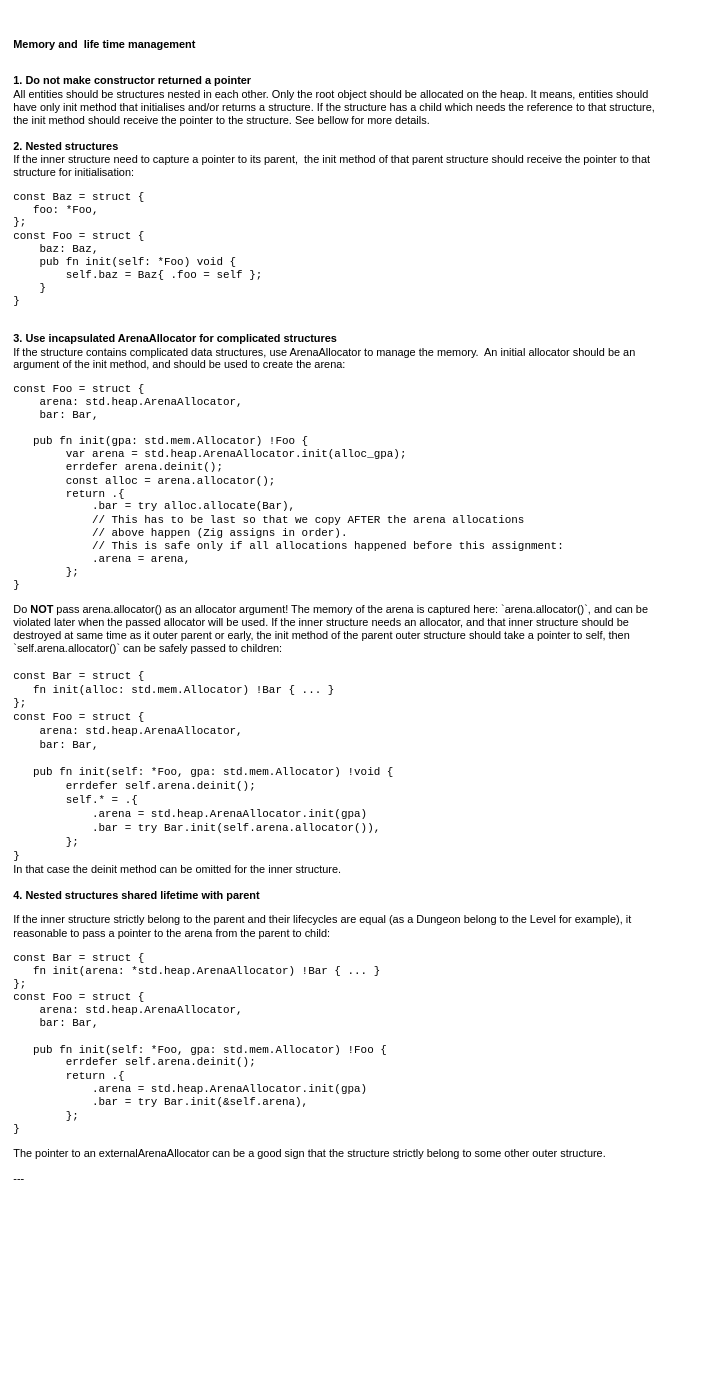
vladimir-popov/forgotten_catacombs keeps this draw.io diagram as page "Memory and life time management" (2 of 10) of docs/schemas.drawio. Above is the earlier version. Source tidied: cells renumbered, new cells numbered last; positions are measured from the earlier drawing's top-left corner, leaving out a move shared by most shapes. Both pictures are drawn from the tidied source at 78%, with x=0, y=0 at pixel (13, 13).
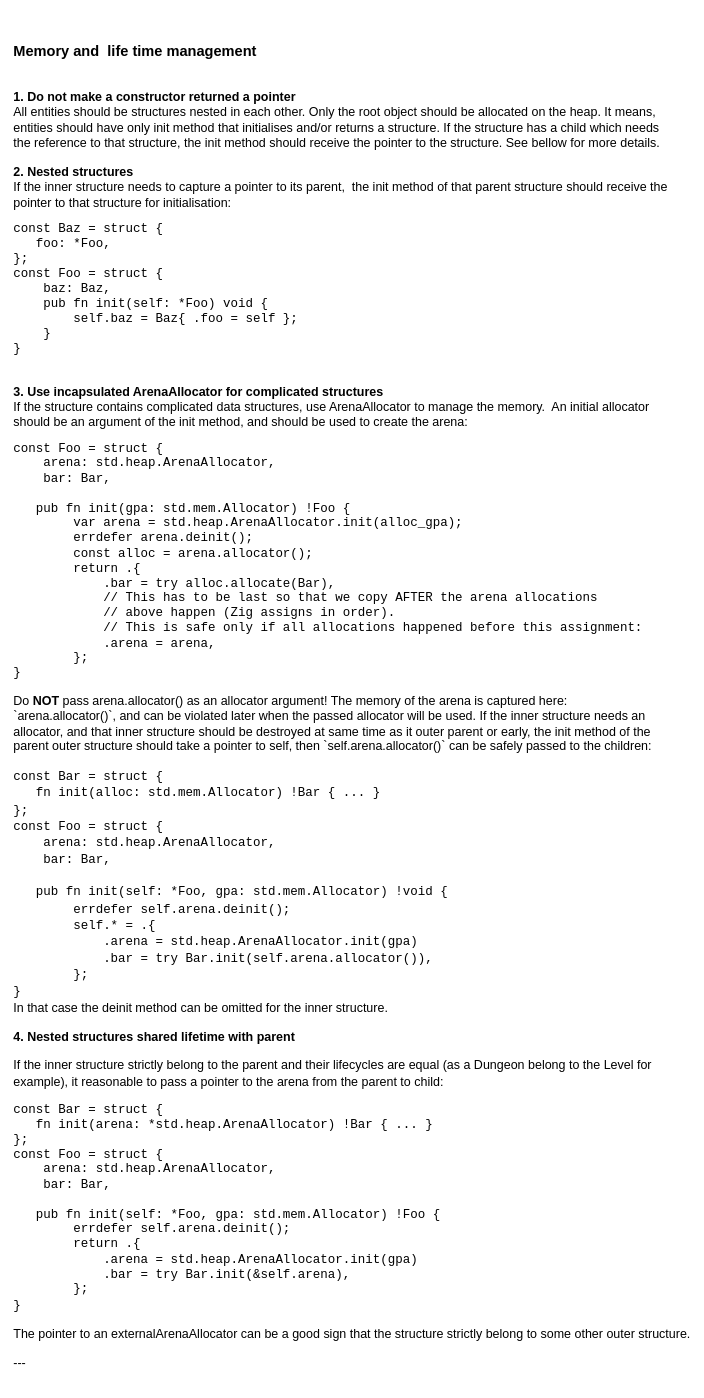
The same diagram, later.

Diff of the diagram source:
```diff
@@
 <mxGraphModel>
   <root>
     <mxCell id="0" />
     <mxCell id="1" parent="0" />
-    <mxCell id="2" value="&lt;br style=&quot;font-size: 14px;&quot;&gt;&lt;h3 style=&quot;font-size: 14px;&quot;&gt;Memory and&amp;nbsp; life time management&lt;/h3&gt;&lt;br style=&quot;font-size: 14px;&quot;&gt;&lt;b style=&quot;font-size: 14px;&quot;&gt;1. Do not make constructor returned a pointer&lt;br style=&quot;font-size: 14px;&quot;&gt;&lt;/b&gt;All entities should be structures nested in each other. Only the root object should be allocated on the heap. It means, entities should have only init method that initialises and/or returns a structure. If the structure has a child which needs the reference to that structure, the init method should receive the pointer to the structure. See bellow for more details.&lt;div&gt;&lt;b&gt;&lt;br class=&quot;Apple-interchange-newline&quot;&gt;2. Nested structures&lt;br&gt;&lt;/b&gt;&lt;span style=&quot;background-color: initial;&quot;&gt;If the inner structure need to capture a pointer to its parent,&amp;nbsp;&lt;/span&gt;&amp;nbsp;the init method of that parent structure should receive the pointer to that structure for initialisation:&lt;/div&gt;&lt;div&gt;&lt;pre&gt;const Baz = struct {&lt;br&gt;   foo: *Foo,&lt;br&gt;};&lt;br&gt;const Foo = struct {&amp;nbsp;&lt;br&gt;&amp;nbsp; &amp;nbsp; baz: Baz,&lt;br&gt;    pub fn init(self: *Foo) void {&lt;br&gt;        self.baz = Baz{ .foo = self };&lt;br&gt;    }&lt;br&gt;}&lt;/pre&gt;&lt;br style=&quot;font-size: 14px;&quot;&gt;&lt;b style=&quot;font-size: 14px;&quot;&gt;3. Use incapsulated ArenaAllocator for complicated structures&lt;br style=&quot;font-size: 14px;&quot;&gt;&lt;/b&gt;If the structure contains complicated data structures, use ArenaAllocator to manage the memory.&amp;nbsp; An initial allocator should be an argument of the init method, and should be used to create the arena:&lt;br style=&quot;font-size: 14px;&quot;&gt;&lt;pre style=&quot;font-size: 14px;&quot;&gt;const Foo = struct {&amp;nbsp;&lt;br style=&quot;font-size: 14px;&quot;&gt;&amp;nbsp; &amp;nbsp; arena: std.heap.ArenaAllocator,&lt;br style=&quot;font-size: 14px;&quot;&gt;&amp;nbsp; &amp;nbsp; bar: Bar,&lt;br style=&quot;font-size: 14px;&quot;&gt;&amp;nbsp; &amp;nbsp;&lt;br style=&quot;font-size: 14px;&quot;&gt;&amp;nbsp; &amp;nbsp;pub fn init(gpa: std.mem.Allocator) !Foo {&lt;br style=&quot;font-size: 14px;&quot;&gt;&amp;nbsp; &amp;nbsp; &amp;nbsp; &amp;nbsp; var arena =&amp;nbsp;std.heap.ArenaAllocator.init(alloc_gpa);&lt;br style=&quot;font-size: 14px;&quot;&gt;&amp;nbsp; &amp;nbsp; &amp;nbsp; &amp;nbsp; errdefer arena.deinit();&lt;br style=&quot;font-size: 14px;&quot;&gt;&amp;nbsp; &amp;nbsp; &amp;nbsp; &amp;nbsp; const alloc = arena.allocator();&amp;nbsp; &amp;nbsp; &amp;nbsp; &amp;nbsp; &lt;br style=&quot;font-size: 14px;&quot;&gt;        return .{&lt;br style=&quot;font-size: 14px;&quot;&gt;&amp;nbsp; &amp;nbsp; &amp;nbsp; &amp;nbsp; &amp;nbsp; &amp;nbsp; .bar = try alloc.allocate(Bar),&amp;nbsp; &amp;nbsp; &amp;nbsp; &amp;nbsp; &amp;nbsp; &amp;nbsp;&amp;nbsp;&lt;br style=&quot;font-size: 14px;&quot;&gt;            // This has to be last so that we copy AFTER the arena allocations&lt;br style=&quot;font-size: 14px;&quot;&gt;&amp;nbsp; &amp;nbsp; &amp;nbsp; &amp;nbsp; &amp;nbsp; &amp;nbsp; // above happen (Zig assigns in order).&lt;br style=&quot;font-size: 14px;&quot;&gt;            // This is safe only if all allocations happened before this assignment:&lt;br style=&quot;font-size: 14px;&quot;&gt;&amp;nbsp; &amp;nbsp; &amp;nbsp; &amp;nbsp; &amp;nbsp; &amp;nbsp; .arena = arena,&lt;br style=&quot;font-size: 14px;&quot;&gt;&amp;nbsp; &amp;nbsp; &amp;nbsp; &amp;nbsp; };&lt;br style=&quot;font-size: 14px;&quot;&gt;}&lt;/pre&gt;&lt;div style=&quot;font-size: 14px;&quot;&gt;Do &lt;b&gt;NOT&lt;/b&gt; pass arena.allocator() as an allocator argument! The memory of the arena is captured here: `arena.allocator()`, and can be violated later when the passed allocator will be used. If the inner structure needs an allocator, and that inner structure should be destroyed at same time as it outer parent or early, the init method of the parent outer structure should take a pointer to self, then `self.arena.allocator()` can be safely passed to children:&lt;/div&gt;&lt;div style=&quot;font-size: 14px;&quot;&gt;&lt;br&gt;&lt;/div&gt;&lt;div style=&quot;font-size: 14px;&quot;&gt;&lt;span style=&quot;font-family: monospace; white-space: pre;&quot;&gt;const Bar = struct {&lt;/span&gt;&lt;br style=&quot;font-family: monospace; white-space: pre;&quot;&gt;&lt;span style=&quot;font-family: monospace; white-space: pre;&quot;&gt;   fn init(alloc: std.mem.Allocator) !Bar { ... }&lt;/span&gt;&lt;br style=&quot;font-family: monospace; white-space: pre;&quot;&gt;&lt;span style=&quot;font-family: monospace; white-space: pre;&quot;&gt;};&lt;/span&gt;&lt;br style=&quot;font-family: monospace; white-space: pre;&quot;&gt;&lt;span style=&quot;font-family: monospace; white-space: pre;&quot;&gt;const Foo = struct {&amp;nbsp;&lt;/span&gt;&lt;br style=&quot;font-family: monospace; white-space: pre;&quot;&gt;&lt;span style=&quot;font-family: monospace; white-space: pre;&quot;&gt;&amp;nbsp; &amp;nbsp; arena: std.heap.ArenaAllocator,&lt;/span&gt;&lt;br style=&quot;font-family: monospace; white-space: pre;&quot;&gt;&lt;span style=&quot;font-family: monospace; white-space: pre;&quot;&gt;&amp;nbsp; &amp;nbsp; bar: Bar,&lt;/span&gt;&lt;br style=&quot;font-family: monospace; white-space: pre;&quot;&gt;&lt;span style=&quot;font-family: monospace; white-space: pre;&quot;&gt;&amp;nbsp; &amp;nbsp;&lt;/span&gt;&lt;br style=&quot;font-family: monospace; white-space: pre;&quot;&gt;&lt;span style=&quot;font-family: monospace; white-space: pre;&quot;&gt;&amp;nbsp; &amp;nbsp;pub fn init(self: *Foo, gpa: std.mem.Allocator) !void {&lt;/span&gt;&lt;br style=&quot;font-family: monospace; white-space: pre;&quot;&gt;&lt;span style=&quot;font-family: monospace; white-space: pre;&quot;&gt;&amp;nbsp; &amp;nbsp; &amp;nbsp; &amp;nbsp; errdefer self.arena.deinit();&amp;nbsp; &amp;nbsp; &amp;nbsp; &amp;nbsp; &lt;/span&gt;&lt;br style=&quot;font-family: monospace; white-space: pre;&quot;&gt;&lt;span style=&quot;font-family: monospace; white-space: pre;&quot;&gt;        self.* = .{&lt;/span&gt;&lt;br style=&quot;font-family: monospace; white-space: pre;&quot;&gt;&lt;span style=&quot;font-family: monospace; white-space: pre;&quot;&gt;            .arena =&amp;nbsp;std.heap.ArenaAllocator.init(gpa)&lt;/span&gt;&lt;br style=&quot;font-family: monospace; white-space: pre;&quot;&gt;&lt;span style=&quot;font-family: monospace; white-space: pre;&quot;&gt;&amp;nbsp; &amp;nbsp; &amp;nbsp; &amp;nbsp; &amp;nbsp; &amp;nbsp; .bar = try Bar.init(self.arena.allocator()),&lt;/span&gt;&lt;br style=&quot;font-family: monospace; white-space: pre;&quot;&gt;&lt;span style=&quot;font-family: monospace; white-space: pre;&quot;&gt;&amp;nbsp; &amp;nbsp; &amp;nbsp; &amp;nbsp; };&lt;/span&gt;&lt;br style=&quot;font-family: monospace; white-space: pre;&quot;&gt;&lt;span style=&quot;font-family: monospace; white-space: pre;&quot;&gt;}&lt;/span&gt;&lt;span style=&quot;background-color: initial;&quot;&gt;&amp;nbsp;&lt;/span&gt;&lt;/div&gt;&lt;div style=&quot;font-size: 14px;&quot;&gt;&lt;span style=&quot;background-color: initial;&quot;&gt;In that case the deinit method can be omitted for the inner structure.&lt;/span&gt;&lt;br&gt;&lt;/div&gt;&lt;div style=&quot;font-size: 14px;&quot;&gt;&lt;br style=&quot;font-size: 14px;&quot;&gt;&lt;b style=&quot;font-size: 14px;&quot;&gt;4. Nested structures shared lifetime with parent&lt;br style=&quot;font-size: 14px;&quot;&gt;&lt;/b&gt;&lt;pre style=&quot;font-size: 14px;&quot;&gt;&lt;p style=&quot;font-size: 14px;&quot;&gt;&lt;font face=&quot;Helvetica&quot; style=&quot;font-size: 14px;&quot;&gt;&lt;span style=&quot;white-space: normal; font-size: 14px;&quot;&gt;If the inner structure strictly belong to the parent and their lifecycles are equal&amp;nbsp;&lt;/span&gt;&lt;/font&gt;&lt;span style=&quot;font-family: Helvetica; white-space: normal; background-color: initial; font-size: 14px;&quot;&gt;(as a Dungeon belong to the Level for example)&lt;/span&gt;&lt;span style=&quot;white-space: normal; font-family: Helvetica; background-color: initial; font-size: 14px;&quot;&gt;, it reasonable to pass a pointer to the arena from the parent to child:&lt;/span&gt;&lt;/p&gt;&lt;p style=&quot;font-size: 14px;&quot;&gt;const Bar = struct {&lt;br style=&quot;font-size: 14px;&quot;&gt;   fn init(arena: *std.heap.ArenaAllocator) !Bar { ... }&lt;br style=&quot;font-size: 14px;&quot;&gt;};&lt;br style=&quot;font-size: 14px;&quot;&gt;const Foo = struct {&amp;nbsp;&lt;br style=&quot;font-size: 14px;&quot;&gt;&amp;nbsp; &amp;nbsp; arena: std.heap.ArenaAllocator,&lt;br style=&quot;font-size: 14px;&quot;&gt;&amp;nbsp; &amp;nbsp; bar: Bar,&lt;br style=&quot;font-size: 14px;&quot;&gt;&amp;nbsp; &amp;nbsp;&lt;br style=&quot;font-size: 14px;&quot;&gt;&amp;nbsp; &amp;nbsp;pub fn init(self: *Foo, gpa: std.mem.Allocator) !Foo {&lt;br style=&quot;font-size: 14px;&quot;&gt;&amp;nbsp; &amp;nbsp; &amp;nbsp; &amp;nbsp; errdefer self.arena.deinit(); &amp;nbsp; &amp;nbsp; &amp;nbsp; &lt;br style=&quot;font-size: 14px;&quot;&gt;        return .{&lt;br style=&quot;font-size: 14px;&quot;&gt;            .arena =&amp;nbsp;std.heap.ArenaAllocator.init(gpa)&lt;br style=&quot;font-size: 14px;&quot;&gt;&amp;nbsp; &amp;nbsp; &amp;nbsp; &amp;nbsp; &amp;nbsp; &amp;nbsp; .bar = try Bar.init(&amp;amp;self.arena),&lt;br style=&quot;font-size: 14px;&quot;&gt;&amp;nbsp; &amp;nbsp; &amp;nbsp; &amp;nbsp; };&lt;br style=&quot;font-size: 14px;&quot;&gt;}&lt;span style=&quot;white-space: normal; font-family: Helvetica; background-color: initial; font-size: 14px;&quot;&gt;&lt;br style=&quot;font-size: 14px;&quot;&gt;&lt;/span&gt;&lt;/p&gt;&lt;p style=&quot;font-size: 14px;&quot;&gt;&lt;font face=&quot;Helvetica&quot;&gt;The pointer to an externalArenaAllocator can be a good sign that the structure strictly belong to some other outer structure.&lt;/font&gt;&lt;/p&gt;&lt;p style=&quot;font-size: 14px;&quot;&gt;&lt;span style=&quot;white-space: normal; font-family: Helvetica; background-color: initial; font-size: 14px;&quot;&gt;---&lt;/span&gt;&lt;/p&gt;&lt;/pre&gt;&lt;/div&gt;&lt;/div&gt;" style="text;html=1;overflow=block;rounded=0;spacing=5;spacingLeft=0;spacingRight=0;fontSize=14;whiteSpace=wrap;" parent="1" vertex="1">
+    <mxCell id="2" value="&lt;br&gt;&lt;h3&gt;Memory and&amp;nbsp; life time management&lt;/h3&gt;&lt;br&gt;&lt;b&gt;1. Do not make a constructor returned a pointer&lt;br&gt;&lt;/b&gt;All entities should be structures nested in each other. Only the root object should be allocated on the heap. It means, entities should have only init method that initialises and/or returns a structure. If the structure has a child which needs the reference to that structure, the init method should receive the pointer to the structure. See bellow for more details.&lt;div&gt;&lt;b&gt;&lt;br class=&quot;Apple-interchange-newline&quot;&gt;2. Nested structures&lt;br&gt;&lt;/b&gt;&lt;span style=&quot;background-color: initial;&quot;&gt;If the inner structure needs to capture a pointer to its parent,&amp;nbsp;&lt;/span&gt;&amp;nbsp;the init method of that parent structure should receive the pointer to that structure for initialisation:&lt;/div&gt;&lt;div&gt;&lt;pre&gt;const Baz = struct {&lt;br&gt;   foo: *Foo,&lt;br&gt;};&lt;br&gt;const Foo = struct {&amp;nbsp;&lt;br&gt;&amp;nbsp; &amp;nbsp; baz: Baz,&lt;br&gt;    pub fn init(self: *Foo) void {&lt;br&gt;        self.baz = Baz{ .foo = self };&lt;br&gt;    }&lt;br&gt;}&lt;/pre&gt;&lt;br&gt;&lt;b&gt;3. Use incapsulated ArenaAllocator for complicated structures&lt;br&gt;&lt;/b&gt;If the structure contains complicated data structures, use ArenaAllocator to manage the memory.&amp;nbsp; An initial allocator should be an argument of the init method, and should be used to create the arena:&lt;br&gt;&lt;pre&gt;const Foo = struct {&amp;nbsp;&lt;br&gt;&amp;nbsp; &amp;nbsp; arena: std.heap.ArenaAllocator,&lt;br&gt;&amp;nbsp; &amp;nbsp; bar: Bar,&lt;br&gt;&amp;nbsp; &amp;nbsp;&lt;br&gt;&amp;nbsp; &amp;nbsp;pub fn init(gpa: std.mem.Allocator) !Foo {&lt;br&gt;&amp;nbsp; &amp;nbsp; &amp;nbsp; &amp;nbsp; var arena =&amp;nbsp;std.heap.ArenaAllocator.init(alloc_gpa);&lt;br&gt;&amp;nbsp; &amp;nbsp; &amp;nbsp; &amp;nbsp; errdefer arena.deinit();&lt;br&gt;&amp;nbsp; &amp;nbsp; &amp;nbsp; &amp;nbsp; const alloc = arena.allocator();&amp;nbsp; &amp;nbsp; &amp;nbsp; &amp;nbsp; &lt;br&gt;        return .{&lt;br&gt;&amp;nbsp; &amp;nbsp; &amp;nbsp; &amp;nbsp; &amp;nbsp; &amp;nbsp; .bar = try alloc.allocate(Bar),&amp;nbsp; &amp;nbsp; &amp;nbsp; &amp;nbsp; &amp;nbsp; &amp;nbsp;&amp;nbsp;&lt;br&gt;            // This has to be last so that we copy AFTER the arena allocations&lt;br&gt;&amp;nbsp; &amp;nbsp; &amp;nbsp; &amp;nbsp; &amp;nbsp; &amp;nbsp; // above happen (Zig assigns in order).&lt;br&gt;            // This is safe only if all allocations happened before this assignment:&lt;br&gt;&amp;nbsp; &amp;nbsp; &amp;nbsp; &amp;nbsp; &amp;nbsp; &amp;nbsp; .arena = arena,&lt;br&gt;&amp;nbsp; &amp;nbsp; &amp;nbsp; &amp;nbsp; };&lt;br&gt;}&lt;/pre&gt;&lt;div&gt;Do &lt;b&gt;NOT&lt;/b&gt; pass arena.allocator() as an allocator argument! The memory of the arena is captured here: `arena.allocator()`, and can be violated later when the passed allocator will be used. If the inner structure needs an allocator, and that inner structure should be destroyed at same time as it outer parent or early, the init method of the parent outer structure should take a pointer to self, then `self.arena.allocator()` can be safely passed to the children:&lt;/div&gt;&lt;div&gt;&lt;br&gt;&lt;/div&gt;&lt;div&gt;&lt;span style=&quot;font-family: monospace; white-space: pre;&quot;&gt;const Bar = struct {&lt;/span&gt;&lt;br style=&quot;font-family: monospace; white-space: pre;&quot;&gt;&lt;span style=&quot;font-family: monospace; white-space: pre;&quot;&gt;   fn init(alloc: std.mem.Allocator) !Bar { ... }&lt;/span&gt;&lt;br style=&quot;font-family: monospace; white-space: pre;&quot;&gt;&lt;span style=&quot;font-family: monospace; white-space: pre;&quot;&gt;};&lt;/span&gt;&lt;br style=&quot;font-family: monospace; white-space: pre;&quot;&gt;&lt;span style=&quot;font-family: monospace; white-space: pre;&quot;&gt;const Foo = struct {&amp;nbsp;&lt;/span&gt;&lt;br style=&quot;font-family: monospace; white-space: pre;&quot;&gt;&lt;span style=&quot;font-family: monospace; white-space: pre;&quot;&gt;&amp;nbsp; &amp;nbsp; arena: std.heap.ArenaAllocator,&lt;/span&gt;&lt;br style=&quot;font-family: monospace; white-space: pre;&quot;&gt;&lt;span style=&quot;font-family: monospace; white-space: pre;&quot;&gt;&amp;nbsp; &amp;nbsp; bar: Bar,&lt;/span&gt;&lt;br style=&quot;font-family: monospace; white-space: pre;&quot;&gt;&lt;span style=&quot;font-family: monospace; white-space: pre;&quot;&gt;&amp;nbsp; &amp;nbsp;&lt;/span&gt;&lt;br style=&quot;font-family: monospace; white-space: pre;&quot;&gt;&lt;span style=&quot;font-family: monospace; white-space: pre;&quot;&gt;&amp;nbsp; &amp;nbsp;pub fn init(self: *Foo, gpa: std.mem.Allocator) !void {&lt;/span&gt;&lt;br style=&quot;font-family: monospace; white-space: pre;&quot;&gt;&lt;span style=&quot;font-family: monospace; white-space: pre;&quot;&gt;&amp;nbsp; &amp;nbsp; &amp;nbsp; &amp;nbsp; errdefer self.arena.deinit();&amp;nbsp; &amp;nbsp; &amp;nbsp; &amp;nbsp; &lt;/span&gt;&lt;br style=&quot;font-family: monospace; white-space: pre;&quot;&gt;&lt;span style=&quot;font-family: monospace; white-space: pre;&quot;&gt;        self.* = .{&lt;/span&gt;&lt;br style=&quot;font-family: monospace; white-space: pre;&quot;&gt;&lt;span style=&quot;font-family: monospace; white-space: pre;&quot;&gt;            .arena =&amp;nbsp;std.heap.ArenaAllocator.init(gpa)&lt;/span&gt;&lt;br style=&quot;font-family: monospace; white-space: pre;&quot;&gt;&lt;span style=&quot;font-family: monospace; white-space: pre;&quot;&gt;&amp;nbsp; &amp;nbsp; &amp;nbsp; &amp;nbsp; &amp;nbsp; &amp;nbsp; .bar = try Bar.init(self.arena.allocator()),&lt;/span&gt;&lt;br style=&quot;font-family: monospace; white-space: pre;&quot;&gt;&lt;span style=&quot;font-family: monospace; white-space: pre;&quot;&gt;&amp;nbsp; &amp;nbsp; &amp;nbsp; &amp;nbsp; };&lt;/span&gt;&lt;br style=&quot;font-family: monospace; white-space: pre;&quot;&gt;&lt;span style=&quot;font-family: monospace; white-space: pre;&quot;&gt;}&lt;/span&gt;&lt;span style=&quot;background-color: initial;&quot;&gt;&amp;nbsp;&lt;/span&gt;&lt;/div&gt;&lt;div&gt;&lt;span style=&quot;background-color: initial;&quot;&gt;In that case the deinit method can be omitted for the inner structure.&lt;/span&gt;&lt;br&gt;&lt;/div&gt;&lt;div&gt;&lt;br&gt;&lt;b&gt;4. Nested structures shared lifetime with parent&lt;br&gt;&lt;/b&gt;&lt;pre&gt;&lt;p&gt;&lt;font face=&quot;Helvetica&quot;&gt;&lt;span style=&quot;white-space: normal;&quot;&gt;If the inner structure strictly belong to the parent and their lifecycles are equal&amp;nbsp;&lt;/span&gt;&lt;/font&gt;&lt;span style=&quot;font-family: Helvetica; white-space: normal; background-color: initial;&quot;&gt;(as a Dungeon belong to the Level for example)&lt;/span&gt;&lt;span style=&quot;white-space: normal; font-family: Helvetica; background-color: initial;&quot;&gt;, it reasonable to pass a pointer to the arena from the parent to child:&lt;/span&gt;&lt;/p&gt;&lt;p&gt;const Bar = struct {&lt;br&gt;   fn init(arena: *std.heap.ArenaAllocator) !Bar { ... }&lt;br&gt;};&lt;br&gt;const Foo = struct {&amp;nbsp;&lt;br&gt;&amp;nbsp; &amp;nbsp; arena: std.heap.ArenaAllocator,&lt;br&gt;&amp;nbsp; &amp;nbsp; bar: Bar,&lt;br&gt;&amp;nbsp; &amp;nbsp;&lt;br&gt;&amp;nbsp; &amp;nbsp;pub fn init(self: *Foo, gpa: std.mem.Allocator) !Foo {&lt;br&gt;&amp;nbsp; &amp;nbsp; &amp;nbsp; &amp;nbsp; errdefer self.arena.deinit(); &amp;nbsp; &amp;nbsp; &amp;nbsp; &lt;br&gt;        return .{&lt;br&gt;            .arena =&amp;nbsp;std.heap.ArenaAllocator.init(gpa)&lt;br&gt;&amp;nbsp; &amp;nbsp; &amp;nbsp; &amp;nbsp; &amp;nbsp; &amp;nbsp; .bar = try Bar.init(&amp;amp;self.arena),&lt;br&gt;&amp;nbsp; &amp;nbsp; &amp;nbsp; &amp;nbsp; };&lt;br&gt;}&lt;span style=&quot;white-space: normal; font-family: Helvetica; background-color: initial;&quot;&gt;&lt;br&gt;&lt;/span&gt;&lt;/p&gt;&lt;p&gt;&lt;font face=&quot;Helvetica&quot;&gt;The pointer to an externalArenaAllocator can be a good sign that the structure strictly belong to some other outer structure.&lt;/font&gt;&lt;/p&gt;&lt;p&gt;&lt;span style=&quot;white-space: normal; font-family: Helvetica; background-color: initial;&quot;&gt;---&lt;/span&gt;&lt;/p&gt;&lt;/pre&gt;&lt;/div&gt;&lt;/div&gt;" style="text;html=1;overflow=block;rounded=0;spacing=5;spacingLeft=0;spacingRight=0;fontSize=16;whiteSpace=wrap;" parent="1" vertex="1">
       <mxGeometry width="840" height="1690" as="geometry" />
     </mxCell>
   </root>
 </mxGraphModel>
```
